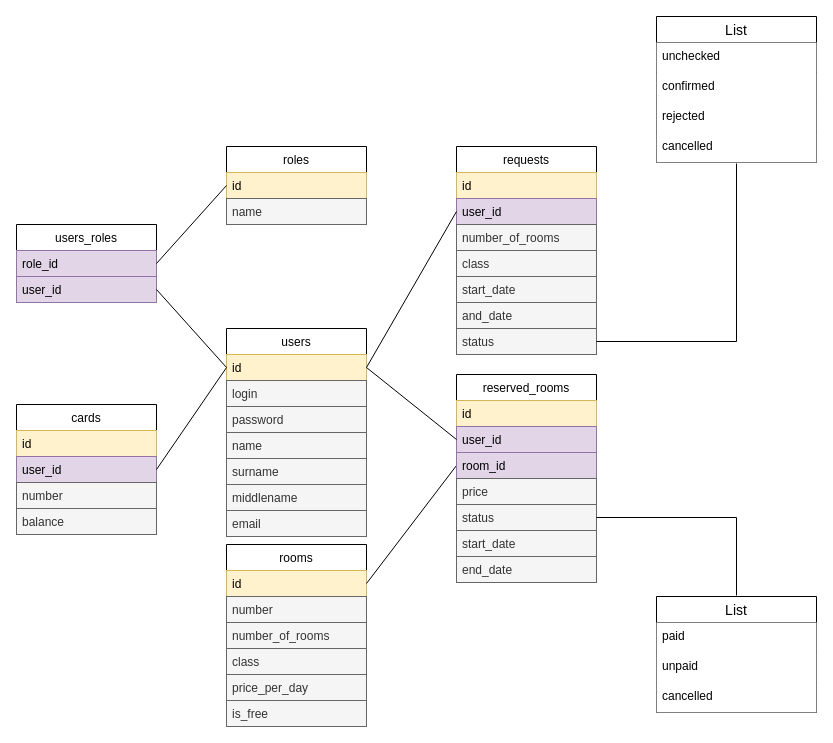
Before: sql/HotelReservation.drawio in This-is-warnings/HotelReservationAPI, a draw.io diagram. Source tidied: cells renumbered, new cells numbered last; positions are measured from the earlier drawing's top-left corner, leaving out a move shared by most shapes. Both pictures are drawn from the tidied source at 100%, with x=0, y=0 at pixel (16, 16).
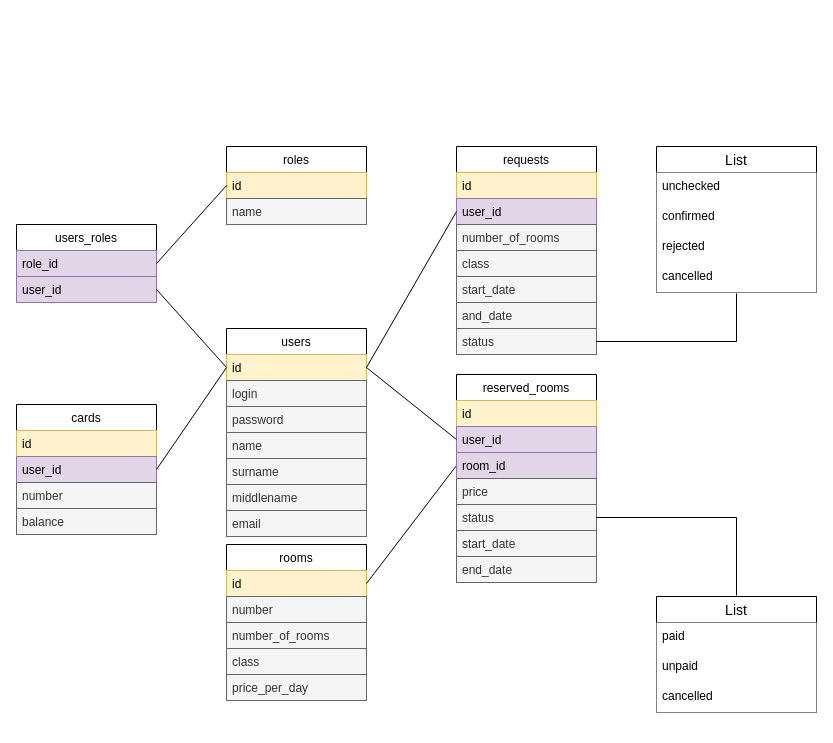
The same page after the edit.

Change to the diagram source:
```diff
@@
     <mxCell id="10" value="rooms" style="swimlane;fontStyle=0;horizontal=1;startSize=26;" parent="1" vertex="1">
-      <mxGeometry x="210" y="528" width="140" height="182" as="geometry" />
+      <mxGeometry x="210" y="528" width="140" height="156" as="geometry" />
     </mxCell>
@@
-    <mxCell id="16" value="is_free" style="text;strokeColor=#666666;fillColor=#f5f5f5;align=left;verticalAlign=top;spacingLeft=4;spacingRight=4;overflow=hidden;fontColor=#333333;" parent="10" vertex="1">
-      <mxGeometry y="156" width="140" height="26" as="geometry" />
-    </mxCell>
@@
     <mxCell id="50" value="List" style="swimlane;fontStyle=0;horizontal=1;startSize=26;align=center;fontSize=14;rounded=0;swimlaneLine=1;perimeterSpacing=1;" parent="1" vertex="1">
-      <mxGeometry x="640" width="160" height="146" as="geometry" />
+      <mxGeometry x="640" y="130" width="160" height="146" as="geometry" />
     </mxCell>
```
